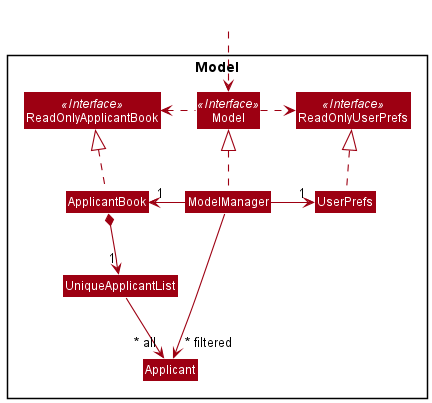
The PlantUML diagram docs/images/ModelClassDiagram.png in nus-cs2103-AY2122S1/tp, before a commit.
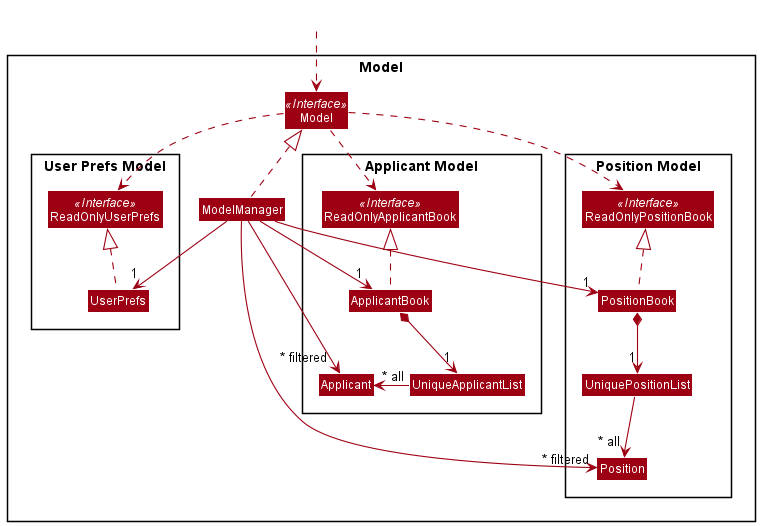
The same diagram one commit later.

Commit message:
Add position book to Model class diagram

What changed in the source:
```diff
@@ -5,35 +5,56 @@
 skinparam classBackgroundColor MODEL_COLOR
 
 Package Model <<Rectangle>>{
+Interface Model <<Interface>>
+Class Model
+Class ModelManager
+
+package "User Prefs Model" #FFFFFF {
+Interface ReadOnlyUserPrefs <<Interface>>
+Class UserPrefs
+Class ReadOnlyUserPrefs
+}
+
+package "Applicant Model" #FFFFFF {
 Interface ReadOnlyApplicantBook <<Interface>>
-Interface ReadOnlyUserPrefs <<Interface>>
-Interface Model <<Interface>>
 Class ApplicantBook
 Class ReadOnlyApplicantBook
-Class Model
-Class ModelManager
-Class UserPrefs
-Class ReadOnlyUserPrefs
-
-
 Class UniqueApplicantList
 Class Applicant
+}
+
+package "Position Model" #FFFFFF {
+Interface ReadOnlyPositionBook <<Interface>>
+Class PositionBook
+Class ReadOnlyPositionBook
+Class UniquePositionList
+Class Position
+}
 
 }
 Class HiddenOutside #FFFFFF
 HiddenOutside ..> Model
 
 ApplicantBook .up.|> ReadOnlyApplicantBook
+PositionBook .up.|> ReadOnlyPositionBook
 ModelManager .up.|> Model
-Model .right.> ReadOnlyUserPrefs
-Model .left.> ReadOnlyApplicantBook
-ModelManager -left-> "1" ApplicantBook
-ModelManager -right-> "1" UserPrefs
+
+Model ..> ReadOnlyUserPrefs
+Model ..> ReadOnlyApplicantBook
+Model ..> ReadOnlyPositionBook
+
+ModelManager --> "1" ApplicantBook
+ModelManager --> "1" PositionBook
+ModelManager --> "1" UserPrefs
 
 UserPrefs .up.|> ReadOnlyUserPrefs
 
 ApplicantBook *--> "1" UniqueApplicantList
-UniqueApplicantList --> "~* all" Applicant
+UniqueApplicantList -right-> "~* all" Applicant
+
+PositionBook *--> "1" UniquePositionList
+UniquePositionList --> "~* all" Position
 
 ModelManager -->"~* filtered" Applicant
+ModelManager -->"~* filtered" Position
 @enduml
```
